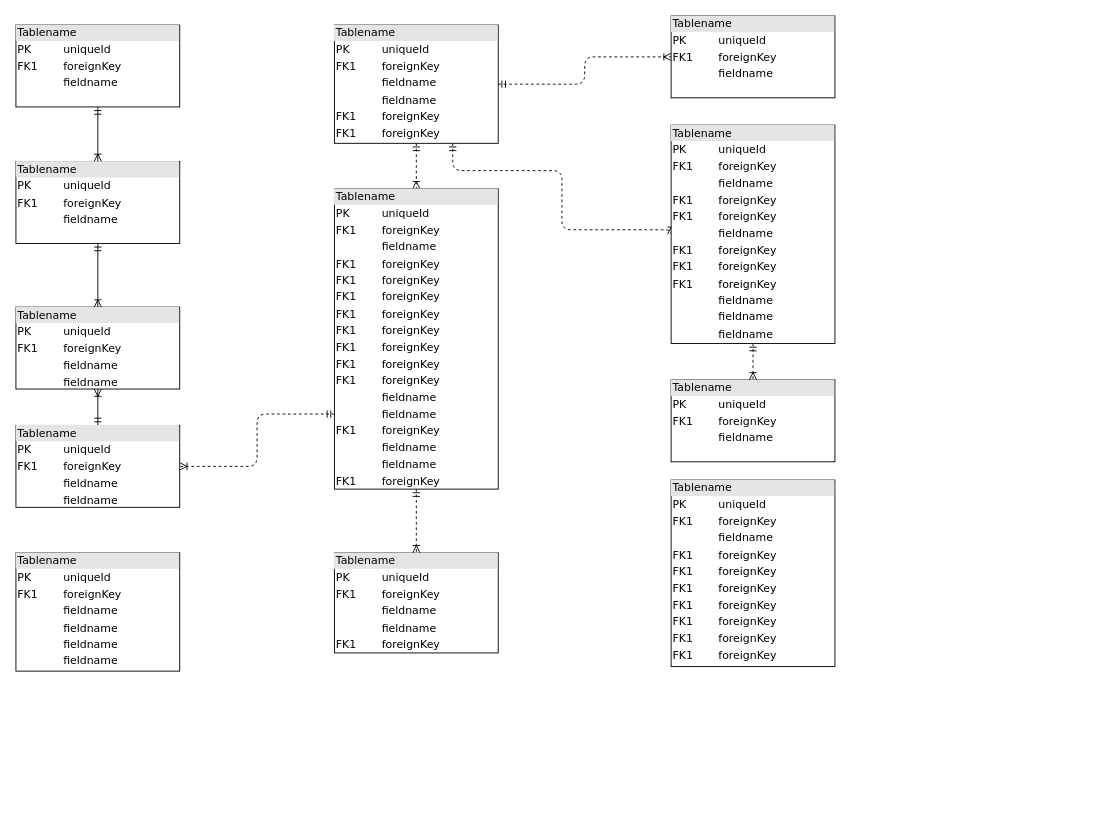
Abrorbek19/hacaton keeps this draw.io diagram as CAL AI.drawio. Above is the earlier version. Source tidied: cells renumbered, new cells numbered last; positions are measured from the earlier drawing's top-left corner, leaving out a move shared by most shapes. Both pictures are drawn from the tidied source at 91%, with x=0, y=0 at pixel (15, 15).
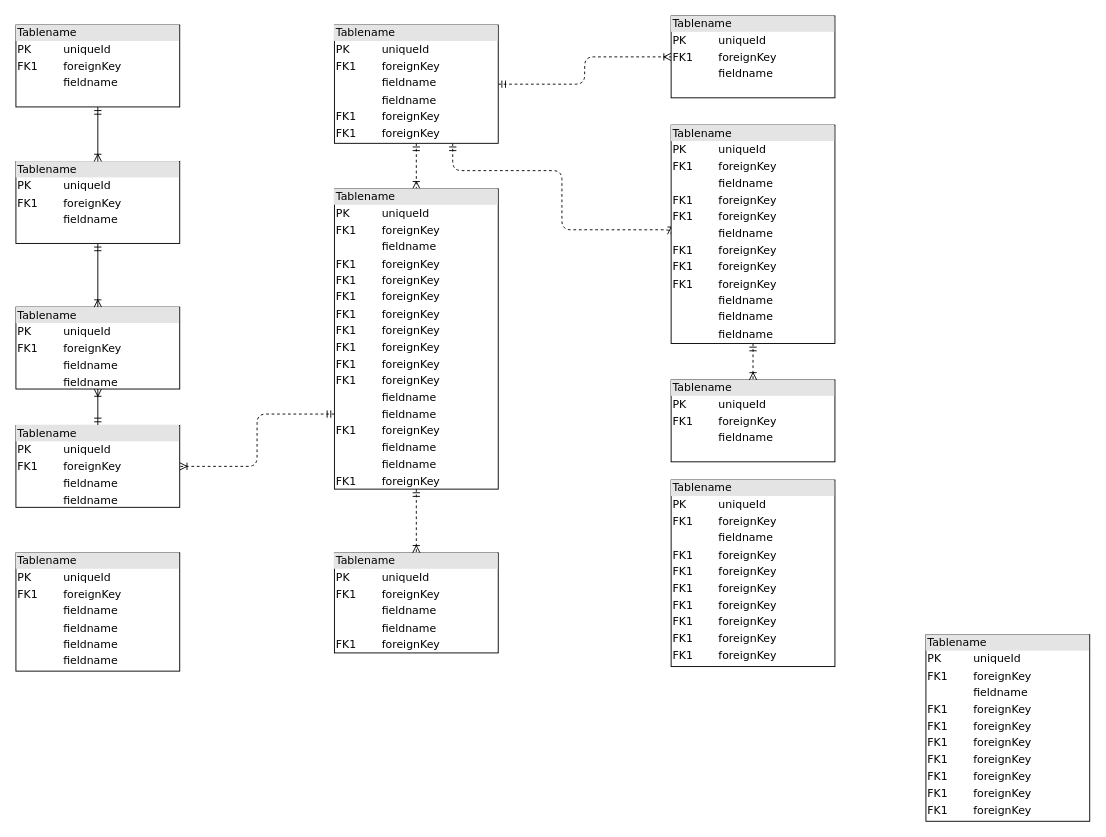
After the change.

The edit, as a diff of the source:
```diff
@@
+    <mxCell id="23" value="&lt;div style=&quot;box-sizing: border-box ; width: 100% ; background: #e4e4e4 ; padding: 2px&quot;&gt;Tablename&lt;/div&gt;&lt;table style=&quot;width: 100% ; font-size: 1em&quot; cellpadding=&quot;2&quot; cellspacing=&quot;0&quot;&gt;&lt;tbody&gt;&lt;tr&gt;&lt;td&gt;PK&lt;/td&gt;&lt;td&gt;uniqueId&lt;/td&gt;&lt;/tr&gt;&lt;tr&gt;&lt;td&gt;FK1&lt;/td&gt;&lt;td&gt;foreignKey&lt;/td&gt;&lt;/tr&gt;&lt;tr&gt;&lt;td&gt;&lt;/td&gt;&lt;td&gt;fieldname&lt;/td&gt;&lt;/tr&gt;&lt;tr&gt;&lt;td&gt;FK1&lt;br&gt;&lt;/td&gt;&lt;td&gt;foreignKey&lt;br&gt;&lt;/td&gt;&lt;/tr&gt;&lt;tr&gt;&lt;td&gt;FK1&lt;br&gt;&lt;/td&gt;&lt;td&gt;foreignKey&lt;br&gt;&lt;/td&gt;&lt;/tr&gt;&lt;tr&gt;&lt;td&gt;FK1&lt;br&gt;&lt;/td&gt;&lt;td&gt;foreignKey&lt;br&gt;&lt;/td&gt;&lt;/tr&gt;&lt;tr&gt;&lt;td&gt;FK1&lt;br&gt;&lt;/td&gt;&lt;td&gt;foreignKey&lt;br&gt;&lt;/td&gt;&lt;/tr&gt;&lt;tr&gt;&lt;td&gt;FK1&lt;br&gt;&lt;/td&gt;&lt;td&gt;foreignKey&lt;br&gt;&lt;/td&gt;&lt;/tr&gt;&lt;tr&gt;&lt;td&gt;FK1&lt;br&gt;&lt;/td&gt;&lt;td&gt;foreignKey&lt;br&gt;&lt;/td&gt;&lt;/tr&gt;&lt;tr&gt;&lt;td&gt;FK1&lt;br&gt;&lt;/td&gt;&lt;td&gt;foreignKey&lt;br&gt;&lt;/td&gt;&lt;/tr&gt;&lt;/tbody&gt;&lt;/table&gt;" style="verticalAlign=top;align=left;overflow=fill;html=1;rounded=0;shadow=0;comic=0;labelBackgroundColor=none;strokeWidth=1;fontFamily=Verdana;fontSize=12;" parent="1" vertex="1">
+      <mxGeometry x="1000" y="680" width="180" height="205" as="geometry" />
+    </mxCell>
```
